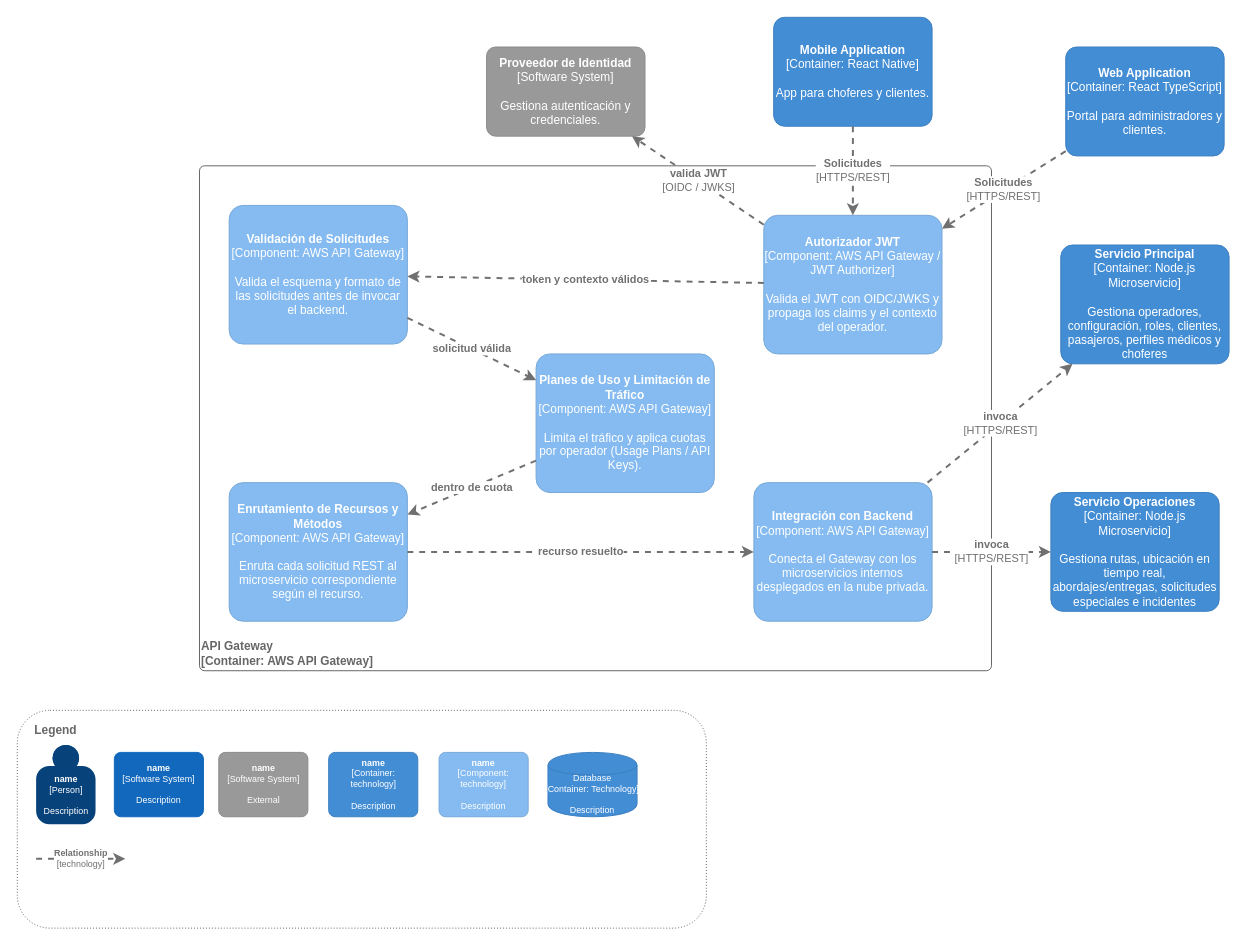
This is page "C4 Component API Gateway" (7 of 14) of Diagramas/Diagrama_C4.drawio from tomazoque/pswe-04-proyecto-final, a draw.io file, before an edit. Source tidied: cells renumbered, new cells numbered last; positions are measured from the earlier drawing's top-left corner, leaving out a move shared by most shapes. Both pictures are drawn from the tidied source at 99%, with x=0, y=0 at pixel (17, 17).
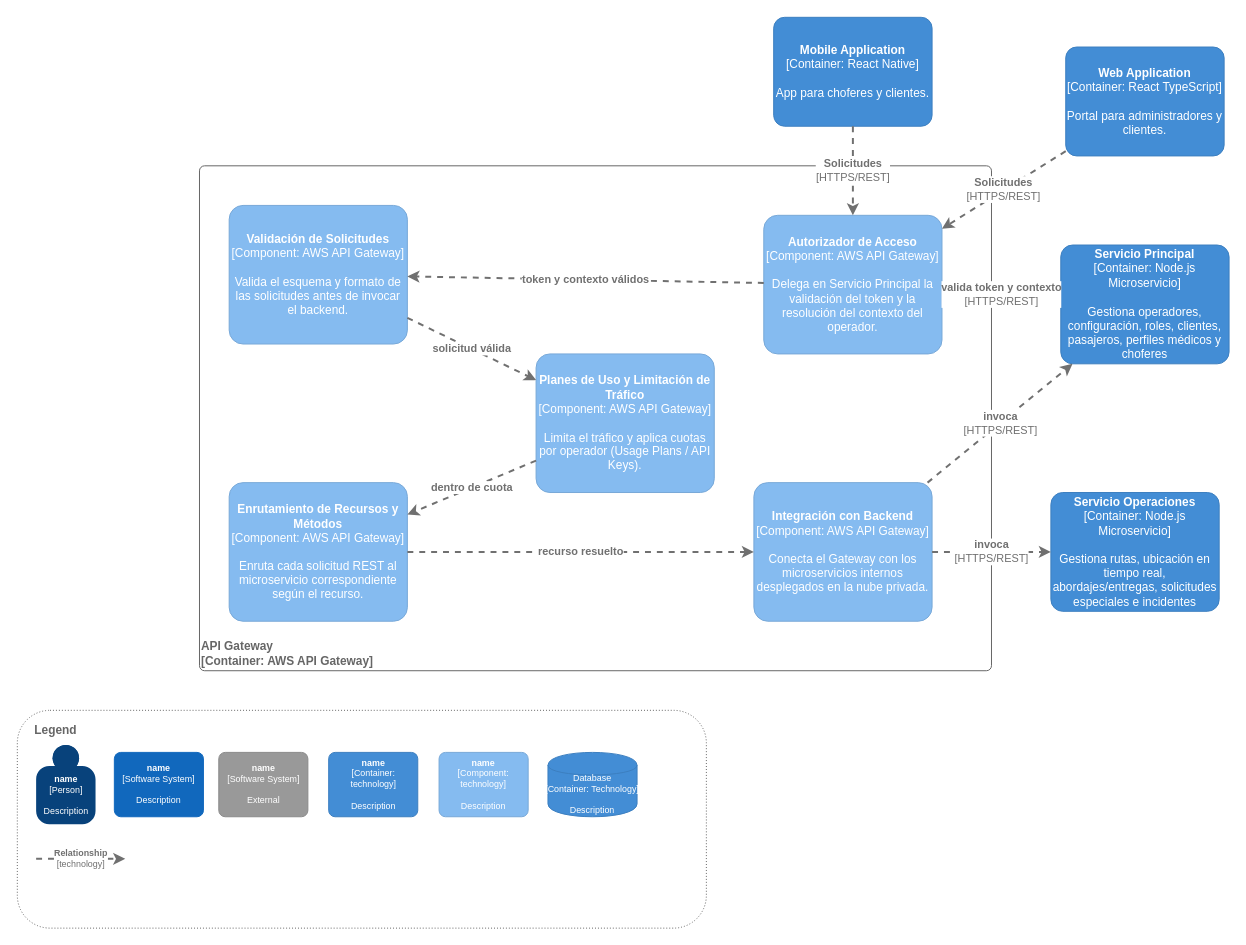
Above is the later version.

The change refers to these unchanged cells:
```xml
<object id="5" label="&lt;b&gt;%c4Name%&lt;/b&gt;&lt;div&gt;[%c4Type%: %c4Technology%]&lt;/div&gt;&lt;br&gt;&lt;div&gt;%c4Description%&lt;/div&gt;" c4Description="Gestiona operadores, configuración, roles, clientes, pasajeros, perfiles médicos y choferes" c4Name="Servicio Principal" c4Technology="Node.js Microservicio" c4Type="Container" placeholders="1">
  <mxCell style="rounded=1;whiteSpace=wrap;html=1;labelBackgroundColor=none;fillColor=#438DD5;fontColor=#ffffff;align=center;arcSize=10;strokeColor=#3C7FC0;metaData={&quot;c4Type&quot;:{&quot;editable&quot;:false}};" parent="1" vertex="1">
    <mxGeometry x="1054" y="230" width="170" height="120" as="geometry" />
  </mxCell>
</object>
```

The edit, as a diff of the source:
```diff
@@
-    <object id="4" label="&lt;b&gt;%c4Name%&lt;/b&gt;&lt;div&gt;[%c4Type%]&lt;/div&gt;&lt;br&gt;&lt;div&gt;%c4Description%&lt;/div&gt;" c4Description="Gestiona autenticación y credenciales." c4Name="Proveedor de Identidad" c4Type="Software System" placeholders="1">
-      <mxCell style="rounded=1;whiteSpace=wrap;html=1;labelBackgroundColor=none;fillColor=#999999;fontColor=#ffffff;align=center;arcSize=10;strokeColor=#8A8A8A;metaData={&quot;c4Type&quot;:{&quot;editable&quot;:false}};" parent="1" vertex="1">
-        <mxGeometry x="474" y="30" width="160" height="90" as="geometry" />
-      </mxCell>
-    </object>
@@
-    <object id="9" label="&lt;b&gt;%c4Name%&lt;/b&gt;&lt;div&gt;[%c4Type%: %c4Technology%]&lt;/div&gt;&lt;br&gt;&lt;div&gt;%c4Description%&lt;/div&gt;" c4Description="Valida el JWT con OIDC/JWKS y propaga los claims y el contexto del operador." c4Name="Autorizador JWT" c4Technology="AWS API Gateway / JWT Authorizer" c4Type="Component" placeholders="1">
+    <object id="9" label="&lt;b&gt;%c4Name%&lt;/b&gt;&lt;div&gt;[%c4Type%: %c4Technology%]&lt;/div&gt;&lt;br&gt;&lt;div&gt;%c4Description%&lt;/div&gt;" c4Description="Delega en Servicio Principal la validación del token y la resolución del contexto del operador." c4Name="Autorizador de Acceso" c4Technology="AWS API Gateway" c4Type="Component" placeholders="1">
       <mxCell style="rounded=1;whiteSpace=wrap;html=1;labelBackgroundColor=none;fillColor=#85BBF0;fontColor=#ffffff;align=center;arcSize=10;strokeColor=#78A8D8;metaData={&quot;c4Type&quot;:{&quot;editable&quot;:false}};" parent="1" vertex="1">
         <mxGeometry x="754" y="200" width="180" height="140" as="geometry" />
       </mxCell>
     </object>
@@
-    <object id="16" label="&lt;div style=&quot;text-align: left&quot;&gt;&lt;div style=&quot;text-align: center&quot;&gt;&lt;b&gt;%c4Description%&lt;/b&gt;&lt;/div&gt;&lt;div style=&quot;text-align: center&quot;&gt;[%c4Technology%]&lt;/div&gt;&lt;/div&gt;" c4Description="valida JWT" c4Technology="OIDC / JWKS" placeholders="1">
-      <mxCell style="edgeStyle=none;rounded=0;html=1;jettySize=auto;strokeColor=#707070;strokeWidth=2;fontColor=#707070;jumpStyle=none;dashed=1;metaData={&quot;c4Type&quot;:{&quot;editable&quot;:false}};" parent="1" edge="1" source="9" target="4">
+    <object id="16" label="&lt;div style=&quot;text-align: left&quot;&gt;&lt;div style=&quot;text-align: center&quot;&gt;&lt;b&gt;%c4Description%&lt;/b&gt;&lt;/div&gt;&lt;div style=&quot;text-align: center&quot;&gt;[%c4Technology%]&lt;/div&gt;&lt;/div&gt;" c4Description="valida token y contexto" c4Technology="HTTPS/REST" placeholders="1">
+      <mxCell style="edgeStyle=none;rounded=0;html=1;jettySize=auto;strokeColor=#707070;strokeWidth=2;fontColor=#707070;jumpStyle=none;dashed=1;metaData={&quot;c4Type&quot;:{&quot;editable&quot;:false}};" parent="1" edge="1" source="9" target="5">
         <mxGeometry relative="1" as="geometry" />
       </mxCell>
     </object>
```
